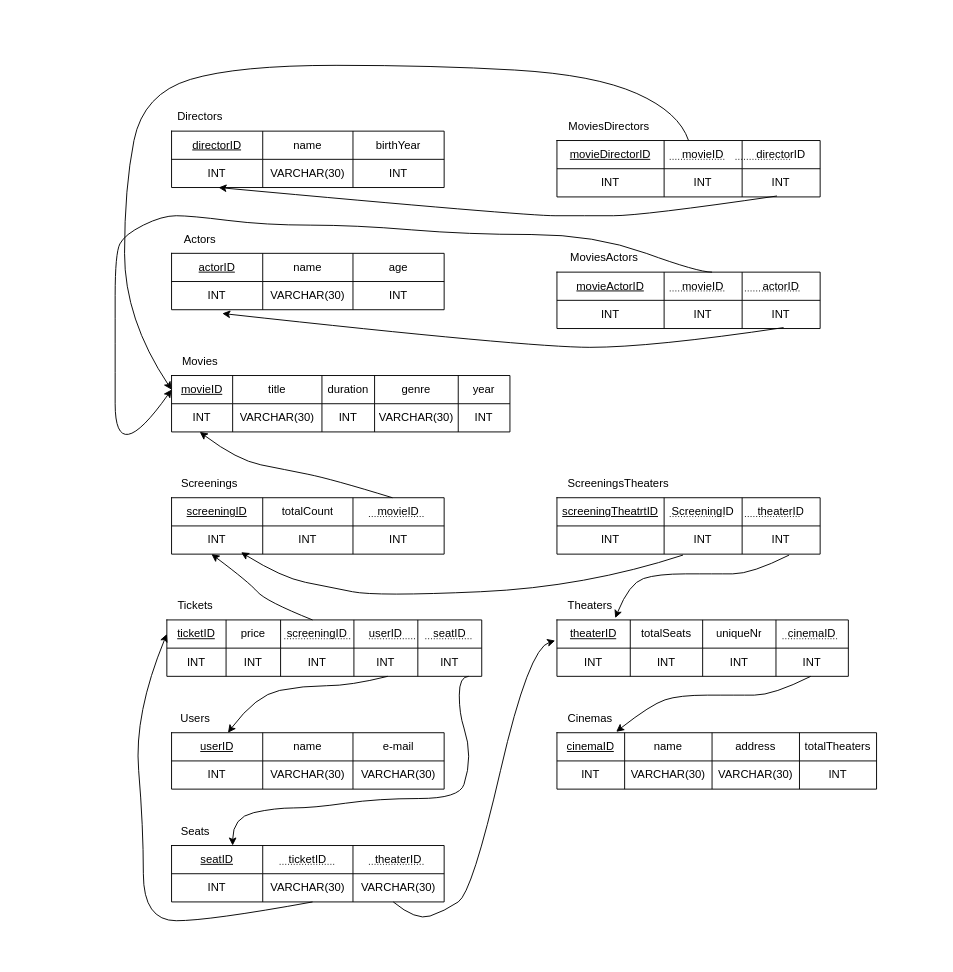
Above: Kinofest_ERDiagram.drawio in Tian707/H1_Database (draw.io), before the change. Source tidied: cells renumbered, new cells numbered last; positions are measured from the earlier drawing's top-left corner, leaving out a move shared by most shapes. Both pictures are drawn from the tidied source at 94%, with x=0, y=0 at pixel (16, 16).
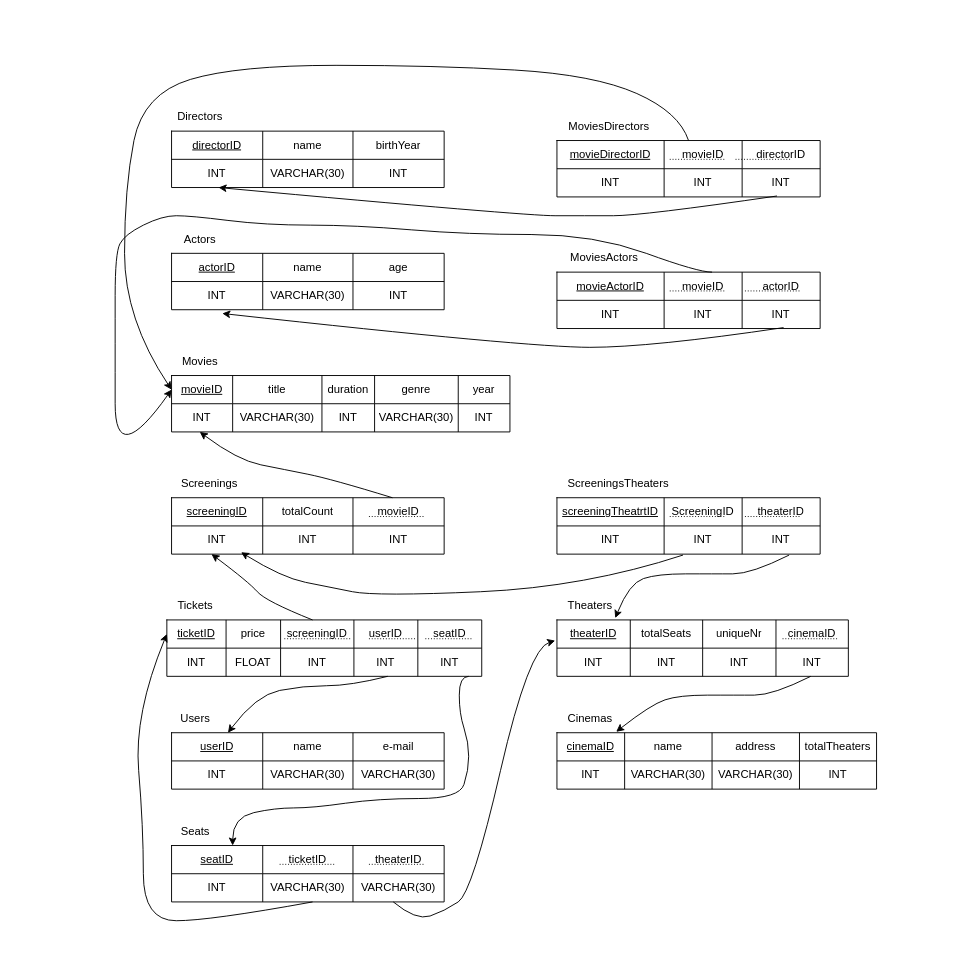
Above is the later version.

Unchanged cells that the change refers to:
```xml
<mxCell id="69" style="shape=tableRow;horizontal=0;startSize=0;swimlaneHead=0;swimlaneBody=0;strokeColor=inherit;top=0;left=0;bottom=0;right=0;fillColor=none;" parent="62" vertex="1">
  <mxGeometry y="30" width="335" height="30" as="geometry" />
</mxCell>
```

Diff of the diagram source:
```diff
@@
-    <mxCell id="71" value="INT" style="shape=partialRectangle;html=1;whiteSpace=wrap;strokeColor=inherit;overflow=hidden;fillColor=none;top=0;left=0;bottom=0;right=0;" parent="69" vertex="1">
+    <mxCell id="71" value="FLOAT" style="shape=partialRectangle;html=1;whiteSpace=wrap;strokeColor=inherit;overflow=hidden;fillColor=none;top=0;left=0;bottom=0;right=0;" parent="69" vertex="1">
       <mxGeometry x="63" width="58" height="30" as="geometry" />
     </mxCell>
```
